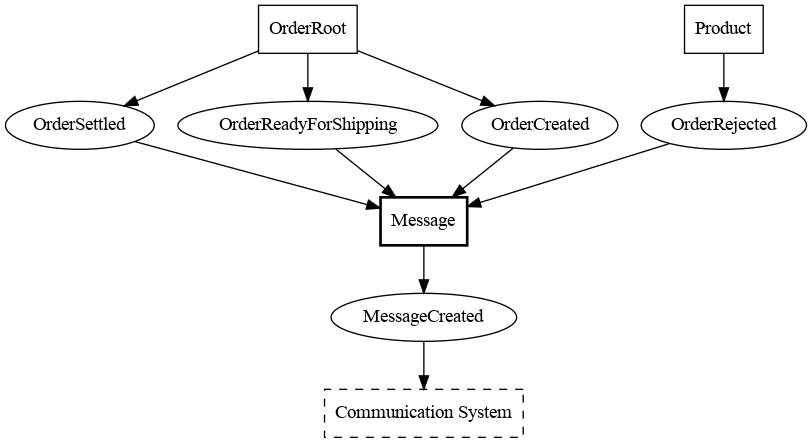
Earlier version of the Graphviz export shop-doc/img/shop_message_events.png (pousse-cafe/pousse-cafe.github.io). Its source is kept beside it as shop-doc/img/shop_message_events.dot. Its diagram source:
```dot
digraph {
splines=spline;
"OrderRoot" -> "OrderSettled" [style=solid];
"OrderRoot" -> "OrderReadyForShipping" [style=solid];
"OrderCreated" -> "Message" [style=solid];
"OrderSettled" -> "Message" [style=solid];
"OrderRejected" -> "Message" [style=solid];
"OrderReadyForShipping" -> "Message" [style=solid];
"Message" -> "MessageCreated" [style=solid];
"OrderRoot" -> "OrderCreated" [style=solid];
"Product" -> "OrderRejected" [style=solid];
"MessageCreated" -> "Communication System" [style=solid];
"Message"[shape=box,style=bold];
"OrderRejected"[shape=ellipse];
"Product"[shape=box];
"OrderRoot"[shape=box];
"MessageCreated"[shape=ellipse];
"OrderCreated"[shape=ellipse];
"OrderSettled"[shape=ellipse];
"OrderReadyForShipping"[shape=ellipse];
"Communication System"[shape=box,style=dashed];
}
```
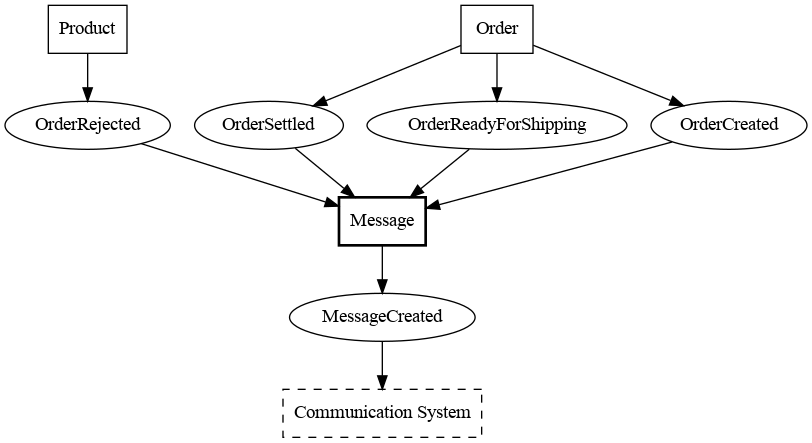
After the commit.

Change to the diagram source:
```diff
@@ -1,22 +1,22 @@
 digraph {
 splines=spline;
-"OrderRoot" -> "OrderSettled" [style=solid];
-"OrderRoot" -> "OrderReadyForShipping" [style=solid];
-"OrderCreated" -> "Message" [style=solid];
 "OrderSettled" -> "Message" [style=solid];
+"Product" -> "OrderRejected" [style=solid];
 "OrderRejected" -> "Message" [style=solid];
 "OrderReadyForShipping" -> "Message" [style=solid];
+"Order" -> "OrderReadyForShipping" [style=solid];
+"MessageCreated" -> "Communication System" [style=solid];
+"OrderCreated" -> "Message" [style=solid];
 "Message" -> "MessageCreated" [style=solid];
-"OrderRoot" -> "OrderCreated" [style=solid];
-"Product" -> "OrderRejected" [style=solid];
-"MessageCreated" -> "Communication System" [style=solid];
+"Order" -> "OrderCreated" [style=solid];
+"Order" -> "OrderSettled" [style=solid];
+"Order"[shape=box];
 "Message"[shape=box,style=bold];
 "OrderRejected"[shape=ellipse];
 "Product"[shape=box];
-"OrderRoot"[shape=box];
 "MessageCreated"[shape=ellipse];
+"OrderSettled"[shape=ellipse];
 "OrderCreated"[shape=ellipse];
-"OrderSettled"[shape=ellipse];
 "OrderReadyForShipping"[shape=ellipse];
 "Communication System"[shape=box,style=dashed];
 }
```
